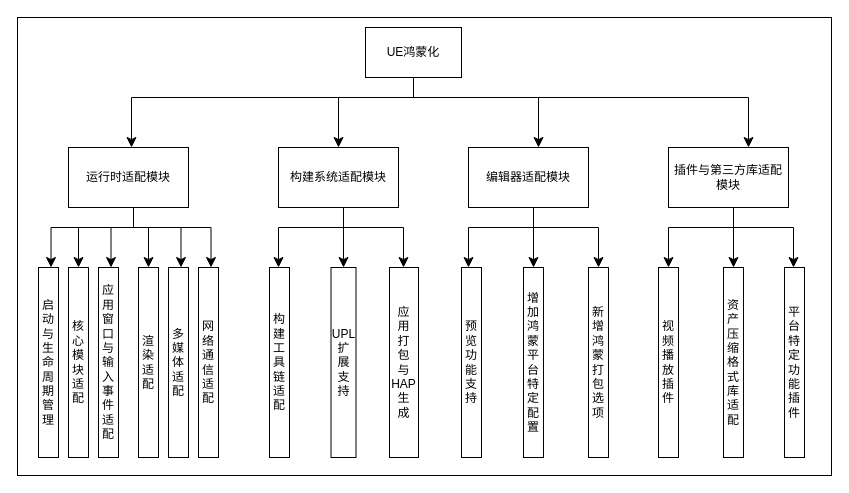
Above: 系统整体功能结构图.drawio in xiqiniu/xiqiniu.github.io (draw.io), before the change. Source tidied: cells renumbered, new cells numbered last; positions are measured from the earlier drawing's top-left corner, leaving out a move shared by most shapes. Both pictures are drawn from the tidied source at 100%, with x=0, y=0 at pixel (17, 17).
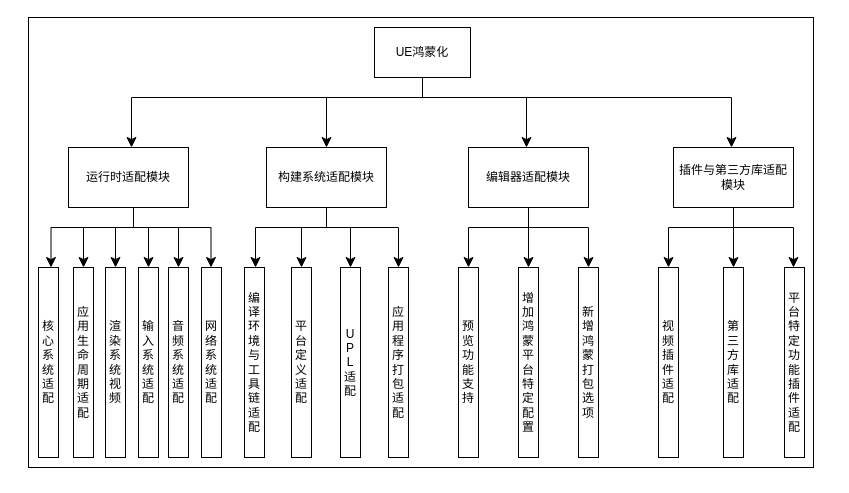
After the change.

Commit message:
更新系统整体功能结构图.drawio

What changed in the source:
```diff
@@
     <mxCell id="2" style="rounded=0;whiteSpace=wrap;html=1;" parent="1" vertex="1">
-      <mxGeometry width="814" height="458" as="geometry" />
+      <mxGeometry x="11" width="785" height="450" as="geometry" />
     </mxCell>
     <mxCell id="3" value="UE鸿蒙化" style="rounded=0;whiteSpace=wrap;html=1;" parent="1" vertex="1">
-      <mxGeometry x="348" y="10" width="96" height="50" as="geometry" />
+      <mxGeometry x="357" y="10" width="96" height="50" as="geometry" />
     </mxCell>
@@
     <mxCell id="5" value="构建系统适配模块" style="rounded=0;whiteSpace=wrap;html=1;" parent="1" vertex="1">
-      <mxGeometry x="261" y="130" width="120" height="60" as="geometry" />
+      <mxGeometry x="249" y="130" width="120" height="60" as="geometry" />
     </mxCell>
@@
     <mxCell id="7" value="插件与第三方库适配模块" style="rounded=0;whiteSpace=wrap;html=1;" parent="1" vertex="1">
-      <mxGeometry x="651" y="130" width="120" height="60" as="geometry" />
+      <mxGeometry x="656" y="130" width="120" height="60" as="geometry" />
     </mxCell>
-    <mxCell id="8" value="启动与生命周期管理" style="rounded=0;whiteSpace=wrap;html=1;" parent="1" vertex="1">
+    <mxCell id="8" value="核心系统适配" style="rounded=0;whiteSpace=wrap;html=1;" parent="1" vertex="1">
       <mxGeometry x="21" y="250" width="20" height="190" as="geometry" />
     </mxCell>
-    <mxCell id="9" value="核心模块适配" style="rounded=0;whiteSpace=wrap;html=1;" parent="1" vertex="1">
-      <mxGeometry x="51" y="250" width="20" height="190" as="geometry" />
+    <mxCell id="9" value="应用生命周期适配" style="rounded=0;whiteSpace=wrap;html=1;" parent="1" vertex="1">
+      <mxGeometry x="56" y="250" width="20" height="190" as="geometry" />
     </mxCell>
-    <mxCell id="10" value="应用窗口与输入事件&lt;div&gt;适配&lt;/div&gt;" style="rounded=0;whiteSpace=wrap;html=1;" parent="1" vertex="1">
-      <mxGeometry x="81" y="250" width="20" height="190" as="geometry" />
+    <mxCell id="10" value="渲染系统视频" style="rounded=0;whiteSpace=wrap;html=1;" parent="1" vertex="1">
+      <mxGeometry x="88" y="250" width="20" height="190" as="geometry" />
     </mxCell>
-    <mxCell id="11" value="渲染适配" style="rounded=0;whiteSpace=wrap;html=1;" parent="1" vertex="1">
+    <mxCell id="11" value="输入系统适配" style="rounded=0;whiteSpace=wrap;html=1;" parent="1" vertex="1">
       <mxGeometry x="121" y="250" width="20" height="190" as="geometry" />
     </mxCell>
-    <mxCell id="12" value="多媒体适配" style="rounded=0;whiteSpace=wrap;html=1;" parent="1" vertex="1">
+    <mxCell id="12" value="音频系统适配" style="rounded=0;whiteSpace=wrap;html=1;" parent="1" vertex="1">
       <mxGeometry x="151" y="250" width="20" height="190" as="geometry" />
     </mxCell>
-    <mxCell id="13" value="网络通信&lt;div&gt;适配&lt;/div&gt;" style="rounded=0;whiteSpace=wrap;html=1;" parent="1" vertex="1">
-      <mxGeometry x="181" y="250" width="20" height="190" as="geometry" />
+    <mxCell id="13" value="网络系统适配" style="rounded=0;whiteSpace=wrap;html=1;" parent="1" vertex="1">
+      <mxGeometry x="184" y="250" width="20" height="190" as="geometry" />
     </mxCell>
-    <mxCell id="14" value="构建工具链适配" style="rounded=0;whiteSpace=wrap;html=1;" parent="1" vertex="1">
-      <mxGeometry x="252" y="250" width="20" height="190" as="geometry" />
+    <mxCell id="14" value="编译环境与工具链适配" style="rounded=0;whiteSpace=wrap;html=1;" parent="1" vertex="1">
+      <mxGeometry x="227" y="250" width="20" height="190" as="geometry" />
     </mxCell>
-    <mxCell id="15" value="应&lt;div&gt;用&lt;/div&gt;&lt;div&gt;打&lt;/div&gt;&lt;div&gt;包&lt;/div&gt;&lt;div&gt;与HAP生&lt;/div&gt;&lt;div&gt;成&lt;/div&gt;" style="rounded=0;whiteSpace=wrap;html=1;" parent="1" vertex="1">
-      <mxGeometry x="372" y="250" width="29" height="190" as="geometry" />
+    <mxCell id="15" value="应用程序打包适配" style="rounded=0;whiteSpace=wrap;html=1;" parent="1" vertex="1">
+      <mxGeometry x="371" y="250" width="20" height="190" as="geometry" />
     </mxCell>
-    <mxCell id="16" value="U&lt;span style=&quot;background-color: transparent; color: light-dark(rgb(0, 0, 0), rgb(255, 255, 255));&quot;&gt;P&lt;/span&gt;&lt;span style=&quot;background-color: transparent; color: light-dark(rgb(0, 0, 0), rgb(255, 255, 255));&quot;&gt;L&lt;/span&gt;&lt;div&gt;扩展支持&lt;/div&gt;" style="rounded=0;whiteSpace=wrap;html=1;" parent="1" vertex="1">
-      <mxGeometry x="313.5" y="250" width="25" height="190" as="geometry" />
+    <mxCell id="16" value="U&lt;div&gt;P&lt;/div&gt;&lt;div&gt;L&lt;div&gt;适配&lt;/div&gt;&lt;/div&gt;" style="rounded=0;whiteSpace=wrap;html=1;" parent="1" vertex="1">
+      <mxGeometry x="323" y="250" width="20" height="190" as="geometry" />
     </mxCell>
     <mxCell id="17" value="新增鸿蒙打包选项" style="rounded=0;whiteSpace=wrap;html=1;" parent="1" vertex="1">
-      <mxGeometry x="571" y="250" width="20" height="190" as="geometry" />
+      <mxGeometry x="561" y="250" width="20" height="190" as="geometry" />
     </mxCell>
     <mxCell id="18" value="预览&lt;div&gt;功能支持&lt;/div&gt;" style="rounded=0;whiteSpace=wrap;html=1;" parent="1" vertex="1">
-      <mxGeometry x="444" y="250" width="20" height="190" as="geometry" />
+      <mxGeometry x="441" y="250" width="20" height="190" as="geometry" />
     </mxCell>
     <mxCell id="19" value="增加鸿蒙平台特定配置" style="rounded=0;whiteSpace=wrap;html=1;" parent="1" vertex="1">
-      <mxGeometry x="506" y="250" width="20" height="190" as="geometry" />
+      <mxGeometry x="501" y="250" width="20" height="190" as="geometry" />
     </mxCell>
-    <mxCell id="20" value="视频播放插件" style="rounded=0;whiteSpace=wrap;html=1;" parent="1" vertex="1">
+    <mxCell id="20" value="视频插件适配" style="rounded=0;whiteSpace=wrap;html=1;" parent="1" vertex="1">
       <mxGeometry x="641" y="250" width="20" height="190" as="geometry" />
     </mxCell>
-    <mxCell id="21" value="资产压缩格式库适配" style="rounded=0;whiteSpace=wrap;html=1;" parent="1" vertex="1">
+    <mxCell id="21" value="第三方库适配" style="rounded=0;whiteSpace=wrap;html=1;" parent="1" vertex="1">
       <mxGeometry x="706" y="250" width="20" height="190" as="geometry" />
     </mxCell>
-    <mxCell id="22" value="平台特定功能插件" style="rounded=0;whiteSpace=wrap;html=1;" parent="1" vertex="1">
+    <mxCell id="22" value="平台特定功能插件&lt;div&gt;适配&lt;/div&gt;" style="rounded=0;whiteSpace=wrap;html=1;" parent="1" vertex="1">
       <mxGeometry x="767" y="250" width="20" height="190" as="geometry" />
     </mxCell>
     <mxCell id="23" style="edgeStyle=elbowEdgeStyle;elbow=horizontal;endArrow=classic;html=1;curved=0;rounded=0;endSize=8;startSize=8;exitX=0.5;exitY=1;exitDx=0;exitDy=0;" parent="1" edge="1">
       <mxGeometry relative="1" as="geometry">
-        <mxPoint x="455" y="80" as="sourcePoint" />
-        <mxPoint x="321" y="130" as="targetPoint" />
+        <mxPoint x="443" y="80" as="sourcePoint" />
+        <mxPoint x="309" y="130" as="targetPoint" />
         <Array as="points">
-          <mxPoint x="321" y="130" />
+          <mxPoint x="309" y="130" />
         </Array>
       </mxGeometry>
     </mxCell>
@@
     <mxCell id="25" style="edgeStyle=elbowEdgeStyle;elbow=horizontal;endArrow=classic;html=1;curved=0;rounded=0;endSize=8;startSize=8;" parent="1" edge="1">
       <mxGeometry relative="1" as="geometry">
-        <mxPoint x="441" y="80" as="sourcePoint" />
-        <mxPoint x="521" y="130" as="targetPoint" />
+        <mxPoint x="429" y="80" as="sourcePoint" />
+        <mxPoint x="509" y="130" as="targetPoint" />
         <Array as="points">
-          <mxPoint x="521" y="110" />
+          <mxPoint x="509" y="110" />
         </Array>
       </mxGeometry>
     </mxCell>
     <mxCell id="26" style="edgeStyle=elbowEdgeStyle;elbow=horizontal;endArrow=classic;html=1;curved=0;rounded=0;endSize=8;startSize=8;" parent="1" edge="1">
       <mxGeometry relative="1" as="geometry">
-        <mxPoint x="521" y="80" as="sourcePoint" />
-        <mxPoint x="731" y="130" as="targetPoint" />
+        <mxPoint x="492" y="80" as="sourcePoint" />
+        <mxPoint x="714" y="130" as="targetPoint" />
         <Array as="points">
-          <mxPoint x="731" y="110" />
+          <mxPoint x="714" y="110" />
         </Array>
       </mxGeometry>
     </mxCell>
     <mxCell id="27" style="line;strokeWidth=1;direction=south;html=1;" parent="1" vertex="1">
-      <mxGeometry x="391" y="60" width="10" height="20" as="geometry" />
+      <mxGeometry x="400" y="60" width="10" height="20" as="geometry" />
     </mxCell>
     <mxCell id="28" style="edgeStyle=elbowEdgeStyle;elbow=horizontal;endArrow=classic;html=1;curved=0;rounded=0;endSize=8;startSize=8;exitX=1;exitY=0.5;exitDx=0;exitDy=0;exitPerimeter=0;" parent="1" edge="1">
       <mxGeometry relative="1" as="geometry">
-        <mxPoint x="336" y="210" as="sourcePoint" />
-        <mxPoint x="261" y="250" as="targetPoint" />
+        <mxPoint x="313" y="210" as="sourcePoint" />
+        <mxPoint x="238" y="250" as="targetPoint" />
         <Array as="points">
-          <mxPoint x="261" y="260" />
+          <mxPoint x="238" y="260" />
         </Array>
       </mxGeometry>
     </mxCell>
     <mxCell id="29" style="edgeStyle=elbowEdgeStyle;elbow=horizontal;endArrow=classic;html=1;curved=0;rounded=0;endSize=8;startSize=8;" parent="1" edge="1">
       <mxGeometry relative="1" as="geometry">
-        <mxPoint x="316" y="210" as="sourcePoint" />
-        <mxPoint x="326" y="250" as="targetPoint" />
+        <mxPoint x="323" y="210" as="sourcePoint" />
+        <mxPoint x="333" y="250" as="targetPoint" />
         <Array as="points">
-          <mxPoint x="326" y="240" />
+          <mxPoint x="333" y="240" />
         </Array>
       </mxGeometry>
     </mxCell>
     <mxCell id="30" style="edgeStyle=elbowEdgeStyle;elbow=horizontal;endArrow=classic;html=1;curved=0;rounded=0;endSize=8;startSize=8;exitX=1;exitY=0.5;exitDx=0;exitDy=0;exitPerimeter=0;" parent="1" edge="1">
       <mxGeometry relative="1" as="geometry">
-        <mxPoint x="321" y="210" as="sourcePoint" />
-        <mxPoint x="386" y="250" as="targetPoint" />
+        <mxPoint x="316" y="210" as="sourcePoint" />
+        <mxPoint x="381" y="250" as="targetPoint" />
         <Array as="points">
-          <mxPoint x="386" y="230" />
+          <mxPoint x="381" y="230" />
         </Array>
       </mxGeometry>
     </mxCell>
     <mxCell id="31" style="line;strokeWidth=1;direction=south;html=1;" parent="1" vertex="1">
-      <mxGeometry x="321" y="190" width="10" height="20" as="geometry" />
+      <mxGeometry x="304" y="190" width="10" height="20" as="geometry" />
     </mxCell>
@@
     <mxCell id="33" style="edgeStyle=elbowEdgeStyle;elbow=horizontal;endArrow=classic;html=1;curved=0;rounded=0;endSize=8;startSize=8;" parent="1" edge="1">
       <mxGeometry relative="1" as="geometry">
-        <mxPoint x="506" y="210" as="sourcePoint" />
-        <mxPoint x="516" y="250" as="targetPoint" />
+        <mxPoint x="501" y="210" as="sourcePoint" />
+        <mxPoint x="511" y="250" as="targetPoint" />
         <Array as="points">
-          <mxPoint x="516" y="240" />
+          <mxPoint x="511" y="240" />
         </Array>
       </mxGeometry>
     </mxCell>
     <mxCell id="34" style="edgeStyle=elbowEdgeStyle;elbow=horizontal;endArrow=classic;html=1;curved=0;rounded=0;endSize=8;startSize=8;exitX=1;exitY=0.5;exitDx=0;exitDy=0;exitPerimeter=0;" parent="1" edge="1">
       <mxGeometry relative="1" as="geometry">
-        <mxPoint x="516" y="210" as="sourcePoint" />
-        <mxPoint x="581" y="250" as="targetPoint" />
+        <mxPoint x="506" y="210" as="sourcePoint" />
+        <mxPoint x="571" y="250" as="targetPoint" />
         <Array as="points">
-          <mxPoint x="581" y="230" />
+          <mxPoint x="571" y="230" />
         </Array>
       </mxGeometry>
     </mxCell>
     <mxCell id="35" style="line;strokeWidth=1;direction=south;html=1;" parent="1" vertex="1">
-      <mxGeometry x="511" y="190" width="10" height="20" as="geometry" />
+      <mxGeometry x="506" y="190" width="10" height="20" as="geometry" />
     </mxCell>
@@
     <mxCell id="44" style="edgeStyle=elbowEdgeStyle;elbow=horizontal;endArrow=classic;html=1;curved=0;rounded=0;endSize=8;startSize=8;exitX=1;exitY=0.5;exitDx=0;exitDy=0;exitPerimeter=0;" parent="1" edge="1">
       <mxGeometry relative="1" as="geometry">
-        <mxPoint x="136" y="210" as="sourcePoint" />
-        <mxPoint x="61" y="250" as="targetPoint" />
+        <mxPoint x="141" y="210" as="sourcePoint" />
+        <mxPoint x="66" y="250" as="targetPoint" />
         <Array as="points">
-          <mxPoint x="61" y="260" />
+          <mxPoint x="66" y="260" />
         </Array>
       </mxGeometry>
     </mxCell>
     <mxCell id="45" style="edgeStyle=elbowEdgeStyle;elbow=horizontal;endArrow=classic;html=1;curved=0;rounded=0;endSize=8;startSize=8;exitX=1;exitY=0.5;exitDx=0;exitDy=0;exitPerimeter=0;" parent="1" edge="1">
       <mxGeometry relative="1" as="geometry">
-        <mxPoint x="168.5" y="210" as="sourcePoint" />
-        <mxPoint x="93.5" y="250" as="targetPoint" />
+        <mxPoint x="173" y="210" as="sourcePoint" />
+        <mxPoint x="98" y="250" as="targetPoint" />
         <Array as="points">
-          <mxPoint x="93.5" y="260" />
+          <mxPoint x="98" y="260" />
         </Array>
       </mxGeometry>
     </mxCell>
     <mxCell id="46" style="edgeStyle=elbowEdgeStyle;elbow=horizontal;endArrow=classic;html=1;curved=0;rounded=0;endSize=8;startSize=8;exitX=1;exitY=0.5;exitDx=0;exitDy=0;exitPerimeter=0;" parent="1" edge="1">
       <mxGeometry relative="1" as="geometry">
-        <mxPoint x="98.5" y="210" as="sourcePoint" />
-        <mxPoint x="163.5" y="250" as="targetPoint" />
+        <mxPoint x="96" y="210" as="sourcePoint" />
+        <mxPoint x="161" y="250" as="targetPoint" />
         <Array as="points">
-          <mxPoint x="163.5" y="230" />
+          <mxPoint x="161" y="230" />
         </Array>
       </mxGeometry>
     </mxCell>
+    <mxCell id="47" style="edgeStyle=elbowEdgeStyle;elbow=horizontal;endArrow=classic;html=1;curved=0;rounded=0;endSize=8;startSize=8;exitX=1;exitY=0.5;exitDx=0;exitDy=0;exitPerimeter=0;" parent="1" edge="1">
+      <mxGeometry relative="1" as="geometry">
+        <mxPoint x="359" y="210" as="sourcePoint" />
+        <mxPoint x="284" y="250" as="targetPoint" />
+        <Array as="points">
+          <mxPoint x="284" y="260" />
+        </Array>
+      </mxGeometry>
+    </mxCell>
+    <mxCell id="48" value="平台定义适配" style="rounded=0;whiteSpace=wrap;html=1;" parent="1" vertex="1">
+      <mxGeometry x="274" y="250" width="20" height="190" as="geometry" />
+    </mxCell>
```
